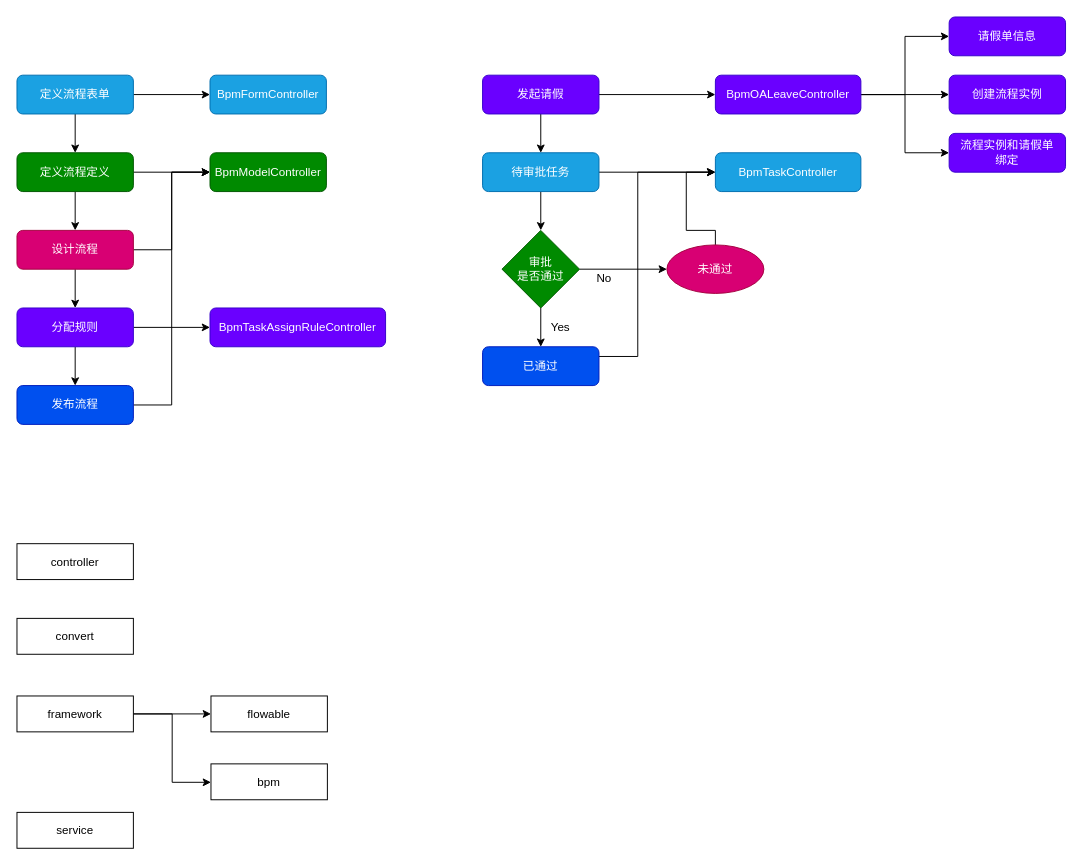
stephenZkang/diagrams keeps this draw.io diagram as flowable工作流.drawio. Above is the earlier version. Source tidied: cells renumbered, new cells numbered last; positions are measured from the earlier drawing's top-left corner, leaving out a move shared by most shapes. Both pictures are drawn from the tidied source at 97%, with x=0, y=0 at pixel (16, 16).
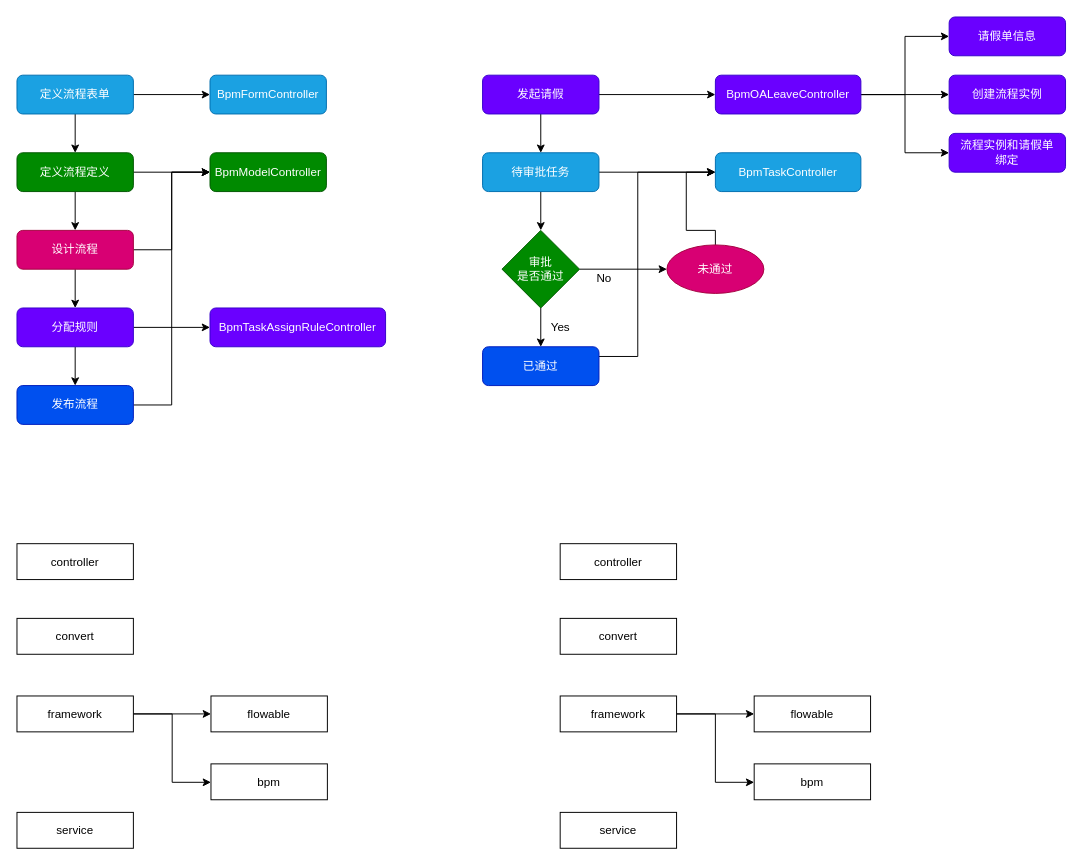
Above is the later version.

Commit message:
更新flowable工作流.drawio

What changed in the source:
```diff
@@
+    <mxCell id="50" value="controller" style="rounded=0;whiteSpace=wrap;html=1;" parent="1" vertex="1">
+      <mxGeometry x="560" y="543" width="120" height="37" as="geometry" />
+    </mxCell>
+    <mxCell id="51" value="convert" style="rounded=0;whiteSpace=wrap;html=1;" parent="1" vertex="1">
+      <mxGeometry x="560" y="620" width="120" height="37" as="geometry" />
+    </mxCell>
+    <mxCell id="52" style="edgeStyle=orthogonalEdgeStyle;rounded=0;jettySize=auto;html=1;" parent="1" edge="1" source="54" target="56">
+      <mxGeometry relative="1" as="geometry" />
+    </mxCell>
+    <mxCell id="53" style="edgeStyle=orthogonalEdgeStyle;rounded=0;jettySize=auto;html=1;" parent="1" edge="1" source="54" target="57">
+      <mxGeometry relative="1" as="geometry">
+        <Array as="points">
+          <mxPoint x="720" y="719" />
+          <mxPoint x="720" y="789" />
+        </Array>
+      </mxGeometry>
+    </mxCell>
+    <mxCell id="54" value="framework" style="rounded=0;whiteSpace=wrap;html=1;" parent="1" vertex="1">
+      <mxGeometry x="560" y="700" width="120" height="37" as="geometry" />
+    </mxCell>
+    <mxCell id="55" value="service" style="rounded=0;whiteSpace=wrap;html=1;" parent="1" vertex="1">
+      <mxGeometry x="560" y="820" width="120" height="37" as="geometry" />
+    </mxCell>
+    <mxCell id="56" value="flowable" style="rounded=0;whiteSpace=wrap;html=1;" parent="1" vertex="1">
+      <mxGeometry x="760" y="700" width="120" height="37" as="geometry" />
+    </mxCell>
+    <mxCell id="57" value="bpm" style="rounded=0;whiteSpace=wrap;html=1;" parent="1" vertex="1">
+      <mxGeometry x="760" y="770" width="120" height="37" as="geometry" />
+    </mxCell>
```
